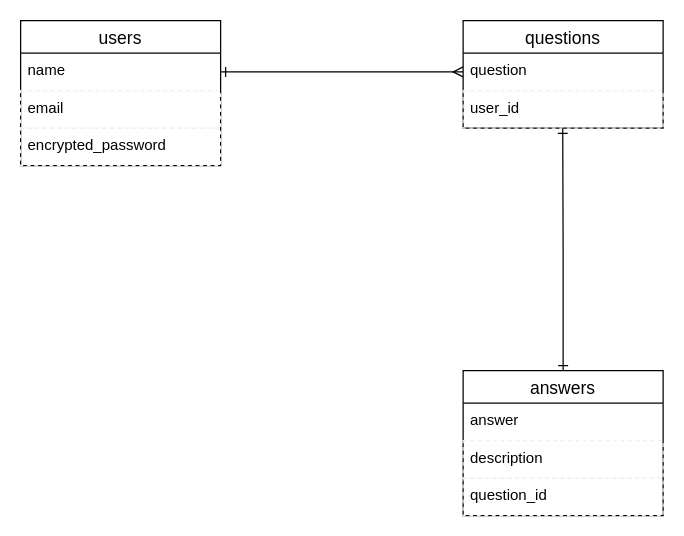
95yuki0305/LAQ keeps this draw.io diagram as ER図.dio. Above is the earlier version. Source tidied: cells renumbered, new cells numbered last; positions are measured from the earlier drawing's top-left corner, leaving out a move shared by most shapes. Both pictures are drawn from the tidied source at 125%, with x=0, y=0 at pixel (20, 20).
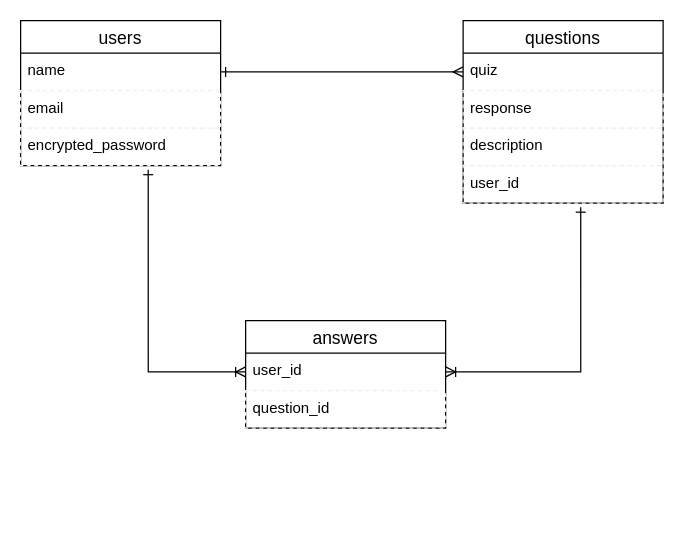
The same page after the edit.

Commit message (it also covers changes not shown here):
次の復習日を設定

Unchanged cells that the change refers to:
```xml
<mxCell id="3" value="name" style="text;strokeColor=none;fillColor=none;spacingLeft=4;spacingRight=4;overflow=hidden;points=[[0,0.5],[1,0.5]];portConstraint=eastwest;fontSize=12;" parent="2" vertex="1">
  <mxGeometry y="26" width="160" height="30" as="geometry" />
</mxCell>
<mxCell id="5" value="encrypted_password" style="text;fillColor=none;spacingLeft=4;spacingRight=4;overflow=hidden;points=[[0,0.5],[1,0.5]];portConstraint=eastwest;fontSize=12;rounded=0;strokeColor=#f0f0f0;dashed=1;" parent="2" vertex="1">
  <mxGeometry y="86" width="160" height="30" as="geometry" />
</mxCell>
```

Change to the diagram source:
```diff
@@
     <mxCell id="6" value="questions" style="swimlane;fontStyle=0;horizontal=1;startSize=26;align=center;fontSize=14;" parent="1" vertex="1">
-      <mxGeometry x="354" width="160" height="86" as="geometry" />
+      <mxGeometry x="354" width="160" height="146" as="geometry" />
     </mxCell>
-    <mxCell id="7" value="question" style="text;strokeColor=none;fillColor=none;spacingLeft=4;spacingRight=4;overflow=hidden;fontSize=12;" parent="6" vertex="1">
+    <mxCell id="7" value="quiz" style="text;strokeColor=none;fillColor=none;spacingLeft=4;spacingRight=4;overflow=hidden;fontSize=12;" parent="6" vertex="1">
       <mxGeometry y="26" width="160" height="30" as="geometry" />
     </mxCell>
+    <mxCell id="9" value="response" style="text;fillColor=none;spacingLeft=4;spacingRight=4;overflow=hidden;fontSize=12;strokeColor=#f0f0f0;dashed=1;" parent="6" vertex="1">
+      <mxGeometry y="56" width="160" height="30" as="geometry" />
+    </mxCell>
+    <mxCell id="12" value="description" style="text;fillColor=none;spacingLeft=4;spacingRight=4;overflow=hidden;fontSize=12;dashed=1;strokeColor=#f0f0f0;" parent="6" vertex="1">
+      <mxGeometry y="86" width="160" height="30" as="geometry" />
+    </mxCell>
     <mxCell id="8" value="user_id" style="text;fillColor=none;spacingLeft=4;spacingRight=4;overflow=hidden;points=[[0,0.5],[1,0.5]];portConstraint=eastwest;fontSize=12;rounded=0;strokeColor=#f0f0f0;dashed=1;" parent="6" vertex="1">
-      <mxGeometry y="56" width="160" height="30" as="geometry" />
+      <mxGeometry y="116" width="160" height="30" as="geometry" />
     </mxCell>
-    <mxCell id="9" style="edgeStyle=orthogonalEdgeStyle;rounded=0;jettySize=auto;html=1;exitX=0.5;exitY=0;exitDx=0;exitDy=0;entryX=0.498;entryY=1.004;entryDx=0;entryDy=0;entryPerimeter=0;startArrow=ERone;startFill=0;endArrow=ERone;endFill=0;" parent="1" edge="1" source="10" target="8">
-      <mxGeometry relative="1" as="geometry" />
-    </mxCell>
+    <mxCell id="14" style="edgeStyle=orthogonalEdgeStyle;rounded=0;jettySize=auto;html=1;exitX=1;exitY=0.5;exitDx=0;exitDy=0;entryX=0;entryY=0.5;entryDx=0;entryDy=0;startArrow=ERone;startFill=0;endArrow=ERmany;endFill=0;" parent="1" edge="1" source="3">
+      <mxGeometry relative="1" as="geometry">
+        <mxPoint x="354" y="41" as="targetPoint" />
+      </mxGeometry>
+    </mxCell>
     <mxCell id="10" value="answers" style="swimlane;fontStyle=0;horizontal=1;startSize=26;align=center;fontSize=14;" parent="1" vertex="1">
-      <mxGeometry x="354" y="280" width="160" height="116" as="geometry" />
+      <mxGeometry x="180" y="240" width="160" height="86" as="geometry" />
     </mxCell>
-    <mxCell id="11" value="answer" style="text;fillColor=none;spacingLeft=4;spacingRight=4;overflow=hidden;fontSize=12;dashed=1;" parent="10" vertex="1">
-      <mxGeometry y="26" width="160" height="30" as="geometry" />
-    </mxCell>
-    <mxCell id="12" value="description" style="text;fillColor=none;spacingLeft=4;spacingRight=4;overflow=hidden;fontSize=12;dashed=1;strokeColor=#f0f0f0;" parent="10" vertex="1">
-      <mxGeometry y="56" width="160" height="30" as="geometry" />
-    </mxCell>
+    <mxCell id="15" value="user_id" style="text;strokeColor=none;fillColor=none;spacingLeft=4;spacingRight=4;overflow=hidden;points=[[0,0.5],[1,0.5]];portConstraint=eastwest;fontSize=12;" parent="10" vertex="1">
+      <mxGeometry y="26" width="160" height="30" as="geometry" />
+    </mxCell>
     <mxCell id="13" value="question_id" style="text;fillColor=none;spacingLeft=4;spacingRight=4;overflow=hidden;fontSize=12;rounded=0;strokeColor=#f0f0f0;dashed=1;" parent="10" vertex="1">
-      <mxGeometry y="86" width="160" height="30" as="geometry" />
+      <mxGeometry y="56" width="160" height="30" as="geometry" />
     </mxCell>
-    <mxCell id="14" style="edgeStyle=orthogonalEdgeStyle;rounded=0;jettySize=auto;html=1;exitX=1;exitY=0.5;exitDx=0;exitDy=0;entryX=0;entryY=0.5;entryDx=0;entryDy=0;startArrow=ERone;startFill=0;endArrow=ERmany;endFill=0;" parent="1" edge="1" source="3">
-      <mxGeometry relative="1" as="geometry">
-        <mxPoint x="354" y="41" as="targetPoint" />
-      </mxGeometry>
-    </mxCell>
+    <mxCell id="16" style="edgeStyle=orthogonalEdgeStyle;rounded=0;jettySize=auto;html=1;exitX=1;exitY=0.5;exitDx=0;exitDy=0;entryX=0.588;entryY=1.108;entryDx=0;entryDy=0;entryPerimeter=0;startArrow=ERoneToMany;startFill=0;endArrow=ERone;endFill=0;" parent="1" edge="1" source="15" target="8">
+      <mxGeometry relative="1" as="geometry">
+        <Array as="points">
+          <mxPoint x="448" y="281" />
+        </Array>
+      </mxGeometry>
+    </mxCell>
+    <mxCell id="17" style="edgeStyle=orthogonalEdgeStyle;rounded=0;jettySize=auto;html=1;exitX=0;exitY=0.5;exitDx=0;exitDy=0;entryX=0.638;entryY=1.108;entryDx=0;entryDy=0;entryPerimeter=0;startArrow=ERoneToMany;startFill=0;endArrow=ERone;endFill=0;" parent="1" edge="1" source="15" target="5">
+      <mxGeometry relative="1" as="geometry">
+        <Array as="points">
+          <mxPoint x="102" y="281" />
+        </Array>
+      </mxGeometry>
+    </mxCell>
```
